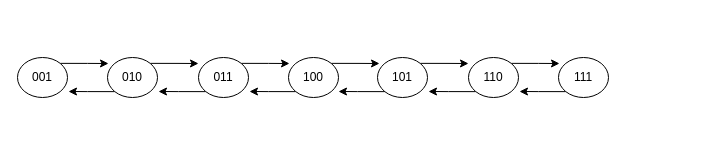
Before: 순차논리회로/3비트 기억소자 설계도.drawio in CherryPichu/Elevator_Controller, a draw.io diagram. Source tidied: cells renumbered, new cells numbered last; positions are measured from the earlier drawing's top-left corner, leaving out a move shared by most shapes. Both pictures are drawn from the tidied source at 100%, with x=0, y=0 at pixel (17, 57).
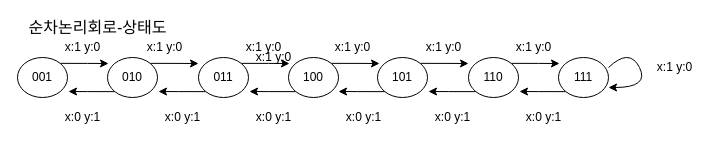
The same page after the edit.

Commit message (it also covers changes not shown here):
Update 3비트 기억소자 설계도.drawio

The edit, as a diff of the source:
```diff
@@
+    <mxCell id="21" value="&lt;font style=&quot;font-size: 16px&quot;&gt;순차논리회로-상태도&lt;/font&gt;" style="text;html=1;align=center;verticalAlign=middle;fillColor=none;strokeColor=none;rounded=0;fontSize=16;" parent="1" vertex="1">
+      <mxGeometry y="-40" width="160" height="20" as="geometry" />
+    </mxCell>
+    <mxCell id="22" value="x:1 y:0" style="text;html=1;align=center;verticalAlign=middle;fillColor=none;strokeColor=none;rounded=0;shadow=0;sketch=0;" parent="1" vertex="1">
+      <mxGeometry x="40" y="-20" width="50" height="20" as="geometry" />
+    </mxCell>
+    <mxCell id="23" value="x:1 y:0" style="text;html=1;align=center;verticalAlign=middle;fillColor=none;strokeColor=none;rounded=0;shadow=0;sketch=0;" parent="1" vertex="1">
+      <mxGeometry x="122" y="-20" width="50" height="20" as="geometry" />
+    </mxCell>
+    <mxCell id="24" value="x:1 y:0" style="text;html=1;align=center;verticalAlign=middle;fillColor=none;strokeColor=none;rounded=0;shadow=0;sketch=0;" parent="1" vertex="1">
+      <mxGeometry x="221" y="-20" width="50" height="20" as="geometry" />
+    </mxCell>
+    <mxCell id="25" value="x:1 y:0" style="text;html=1;align=center;verticalAlign=middle;fillColor=none;strokeColor=none;rounded=0;shadow=0;sketch=0;" parent="1" vertex="1">
+      <mxGeometry x="231" y="-10" width="50" height="20" as="geometry" />
+    </mxCell>
+    <mxCell id="26" value="x:1 y:0" style="text;html=1;align=center;verticalAlign=middle;fillColor=none;strokeColor=none;rounded=0;shadow=0;sketch=0;" parent="1" vertex="1">
+      <mxGeometry x="310" y="-20" width="50" height="20" as="geometry" />
+    </mxCell>
+    <mxCell id="27" value="x:1 y:0" style="text;html=1;align=center;verticalAlign=middle;fillColor=none;strokeColor=none;rounded=0;shadow=0;sketch=0;" parent="1" vertex="1">
+      <mxGeometry x="401" y="-20" width="50" height="20" as="geometry" />
+    </mxCell>
+    <mxCell id="28" value="x:1 y:0" style="text;html=1;align=center;verticalAlign=middle;fillColor=none;strokeColor=none;rounded=0;shadow=0;sketch=0;" parent="1" vertex="1">
+      <mxGeometry x="491" y="-20" width="50" height="20" as="geometry" />
+    </mxCell>
+    <mxCell id="29" value="x:0 y:1" style="text;html=1;align=center;verticalAlign=middle;fillColor=none;strokeColor=none;rounded=0;shadow=0;sketch=0;" parent="1" vertex="1">
+      <mxGeometry x="501" y="50" width="50" height="20" as="geometry" />
+    </mxCell>
+    <mxCell id="30" value="x:0 y:1" style="text;html=1;align=center;verticalAlign=middle;fillColor=none;strokeColor=none;rounded=0;shadow=0;sketch=0;" parent="1" vertex="1">
+      <mxGeometry x="410" y="50" width="50" height="20" as="geometry" />
+    </mxCell>
+    <mxCell id="31" value="x:0 y:1" style="text;html=1;align=center;verticalAlign=middle;fillColor=none;strokeColor=none;rounded=0;shadow=0;sketch=0;" parent="1" vertex="1">
+      <mxGeometry x="321" y="50" width="50" height="20" as="geometry" />
+    </mxCell>
+    <mxCell id="32" value="x:0 y:1" style="text;html=1;align=center;verticalAlign=middle;fillColor=none;strokeColor=none;rounded=0;shadow=0;sketch=0;" parent="1" vertex="1">
+      <mxGeometry x="231" y="50" width="50" height="20" as="geometry" />
+    </mxCell>
+    <mxCell id="33" value="x:0 y:1" style="text;html=1;align=center;verticalAlign=middle;fillColor=none;strokeColor=none;rounded=0;shadow=0;sketch=0;" parent="1" vertex="1">
+      <mxGeometry x="140" y="50" width="50" height="20" as="geometry" />
+    </mxCell>
+    <mxCell id="34" value="x:0 y:1" style="text;html=1;align=center;verticalAlign=middle;fillColor=none;strokeColor=none;rounded=0;shadow=0;sketch=0;" parent="1" vertex="1">
+      <mxGeometry x="40" y="50" width="50" height="20" as="geometry" />
+    </mxCell>
+    <mxCell id="35" style="curved=1;endArrow=classic;html=1;" parent="1" edge="1">
+      <mxGeometry relative="1" as="geometry">
+        <mxPoint x="591" y="10" as="sourcePoint" />
+        <mxPoint x="591" y="30" as="targetPoint" />
+        <Array as="points">
+          <mxPoint x="612" y="-10" />
+          <mxPoint x="632" y="30" />
+        </Array>
+      </mxGeometry>
+    </mxCell>
+    <mxCell id="36" value="x:1 y:0" style="text;html=1;align=center;verticalAlign=middle;fillColor=none;strokeColor=none;rounded=0;shadow=0;sketch=0;" parent="1" vertex="1">
+      <mxGeometry x="632" width="50" height="20" as="geometry" />
+    </mxCell>
```
